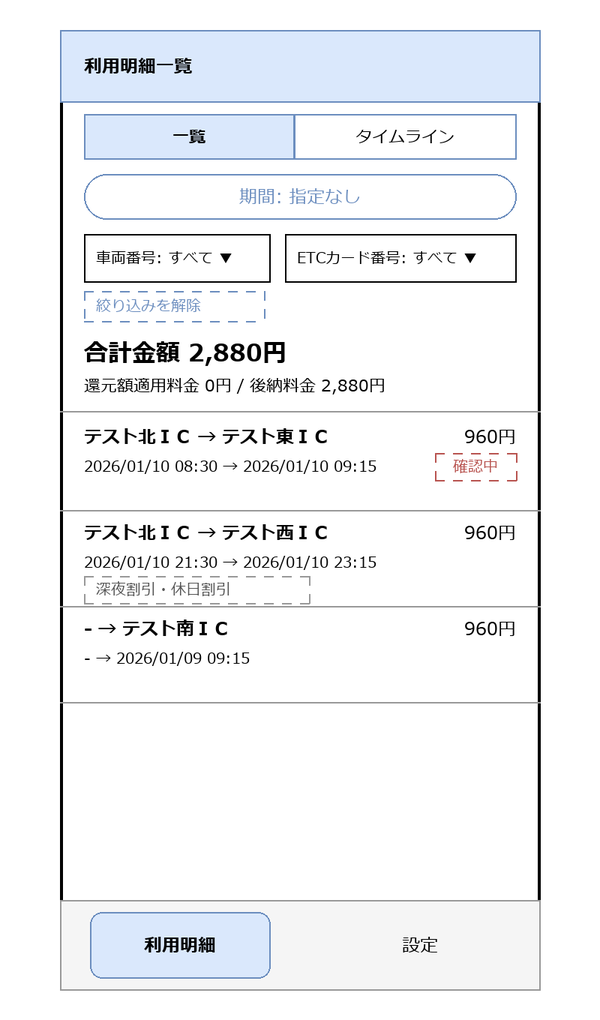
hnt1028/etc-meisai keeps this draw.io diagram as docs/systems/screens/images/SCR-002-statement-list.drawio.png. Above is the earlier version. Source tidied: cells renumbered, new cells last; positions are measured from the earlier drawing's top-left corner, leaving out a move shared by most shapes. Source of this version:
```xml
<mxGraphModel>
  <root>
    <mxCell id="0" />
    <mxCell id="1" parent="0" />
    <mxCell id="2" style="rounded=1;whiteSpace=wrap;html=1;arcSize=3;strokeWidth=2;" parent="1" vertex="1">
      <mxGeometry width="320" height="640" as="geometry" />
    </mxCell>
    <mxCell id="3" value="利用明細一覧" style="rounded=0;whiteSpace=wrap;html=1;align=left;spacingLeft=16;fontStyle=1;fillColor=#dae8fc;strokeColor=#6c8ebf;" parent="1" vertex="1">
      <mxGeometry width="320" height="48" as="geometry" />
    </mxCell>
    <mxCell id="4" value="一覧" style="rounded=0;whiteSpace=wrap;html=1;fontSize=11;fillColor=#dae8fc;strokeColor=#6c8ebf;fontStyle=1;" parent="1" vertex="1">
      <mxGeometry x="16" y="56" width="140" height="30" as="geometry" />
    </mxCell>
    <mxCell id="5" value="タイムライン" style="rounded=0;whiteSpace=wrap;html=1;fontSize=11;fillColor=none;strokeColor=#6c8ebf;" parent="1" vertex="1">
      <mxGeometry x="156" y="56" width="148" height="30" as="geometry" />
    </mxCell>
    <mxCell id="6" value="期間: 指定なし" style="rounded=1;whiteSpace=wrap;html=1;arcSize=50;fillColor=none;strokeColor=#6c8ebf;fontColor=#6c8ebf;" parent="1" vertex="1">
      <mxGeometry x="16" y="96" width="288" height="30" as="geometry" />
    </mxCell>
    <mxCell id="7" value="車両番号: すべて ▼" style="rounded=0;whiteSpace=wrap;html=1;align=left;spacingLeft=8;fontSize=10;fillColor=none;" parent="1" vertex="1">
      <mxGeometry x="16" y="136" width="124" height="32" as="geometry" />
    </mxCell>
    <mxCell id="8" value="ETCカード番号: すべて ▼" style="rounded=0;whiteSpace=wrap;html=1;align=left;spacingLeft=8;fontSize=10;fillColor=none;" parent="1" vertex="1">
      <mxGeometry x="150" y="136" width="154" height="32" as="geometry" />
    </mxCell>
    <mxCell id="9" value="絞り込みを解除" style="rounded=0;whiteSpace=wrap;html=1;align=left;spacingLeft=8;fontSize=10;fillColor=none;dashed=1;fontColor=#6c8ebf;strokeColor=#6c8ebf;" parent="1" vertex="1">
      <mxGeometry x="16" y="174" width="120" height="20" as="geometry" />
    </mxCell>
    <mxCell id="10" value="合計金額 2,880円" style="text;html=1;align=left;verticalAlign=middle;fontStyle=1;fontSize=16;" parent="1" vertex="1">
      <mxGeometry x="16" y="202" width="288" height="26" as="geometry" />
    </mxCell>
    <mxCell id="11" value="還元額適用料金 0円 / 後納料金 2,880円" style="text;html=1;align=left;verticalAlign=middle;fontSize=11;" parent="1" vertex="1">
      <mxGeometry x="16" y="228" width="288" height="18" as="geometry" />
    </mxCell>
    <mxCell id="12" style="endArrow=none;html=1;strokeColor=#999999;" parent="1" edge="1">
      <mxGeometry relative="1" as="geometry">
        <mxPoint y="254" as="sourcePoint" />
        <mxPoint x="320" y="254" as="targetPoint" />
      </mxGeometry>
    </mxCell>
    <mxCell id="13" value="テスト北ＩＣ → テスト東ＩＣ" style="text;html=1;align=left;verticalAlign=middle;fontStyle=1;fontSize=12;" parent="1" vertex="1">
      <mxGeometry x="16" y="260" width="220" height="22" as="geometry" />
    </mxCell>
    <mxCell id="14" value="2026/01/10 08:30 → 2026/01/10 09:15" style="text;html=1;align=left;verticalAlign=middle;fontSize=10;" parent="1" vertex="1">
      <mxGeometry x="16" y="282" width="230" height="18" as="geometry" />
    </mxCell>
    <mxCell id="15" value="960円" style="text;html=1;align=right;verticalAlign=middle;fontSize=12;" parent="1" vertex="1">
      <mxGeometry x="236" y="260" width="68" height="22" as="geometry" />
    </mxCell>
    <mxCell id="16" value="確認中" style="rounded=0;whiteSpace=wrap;html=1;fontSize=10;fontColor=#b85450;strokeColor=#b85450;dashed=1;fillColor=none;" parent="1" vertex="1">
      <mxGeometry x="250" y="282" width="54" height="18" as="geometry" />
    </mxCell>
    <mxCell id="17" style="endArrow=none;html=1;strokeColor=#999999;" parent="1" edge="1">
      <mxGeometry relative="1" as="geometry">
        <mxPoint y="320" as="sourcePoint" />
        <mxPoint x="320" y="320" as="targetPoint" />
      </mxGeometry>
    </mxCell>
    <mxCell id="18" value="テスト北ＩＣ → テスト西ＩＣ" style="text;html=1;align=left;verticalAlign=middle;fontStyle=1;fontSize=12;" parent="1" vertex="1">
      <mxGeometry x="16" y="324" width="220" height="22" as="geometry" />
    </mxCell>
    <mxCell id="19" value="2026/01/10 21:30 → 2026/01/10 23:15" style="text;html=1;align=left;verticalAlign=middle;fontSize=10;" parent="1" vertex="1">
      <mxGeometry x="16" y="346" width="230" height="18" as="geometry" />
    </mxCell>
    <mxCell id="20" value="960円" style="text;html=1;align=right;verticalAlign=middle;fontSize=12;" parent="1" vertex="1">
      <mxGeometry x="236" y="324" width="68" height="22" as="geometry" />
    </mxCell>
    <mxCell id="21" value="深夜割引・休日割引" style="rounded=0;whiteSpace=wrap;html=1;align=left;spacingLeft=8;fontSize=10;fillColor=none;dashed=1;fontColor=#555555;strokeColor=#999999;" parent="1" vertex="1">
      <mxGeometry x="16" y="364" width="150" height="18" as="geometry" />
    </mxCell>
    <mxCell id="22" style="endArrow=none;html=1;strokeColor=#999999;" parent="1" edge="1">
      <mxGeometry relative="1" as="geometry">
        <mxPoint y="384" as="sourcePoint" />
        <mxPoint x="320" y="384" as="targetPoint" />
      </mxGeometry>
    </mxCell>
    <mxCell id="23" value="- → テスト南ＩＣ" style="text;html=1;align=left;verticalAlign=middle;fontStyle=1;fontSize=12;" parent="1" vertex="1">
      <mxGeometry x="16" y="388" width="220" height="22" as="geometry" />
    </mxCell>
    <mxCell id="24" value="- → 2026/01/09 09:15" style="text;html=1;align=left;verticalAlign=middle;fontSize=10;" parent="1" vertex="1">
      <mxGeometry x="16" y="410" width="230" height="18" as="geometry" />
    </mxCell>
    <mxCell id="25" value="960円" style="text;html=1;align=right;verticalAlign=middle;fontSize=12;" parent="1" vertex="1">
      <mxGeometry x="236" y="388" width="68" height="22" as="geometry" />
    </mxCell>
    <mxCell id="26" style="endArrow=none;html=1;strokeColor=#999999;" parent="1" edge="1">
      <mxGeometry relative="1" as="geometry">
        <mxPoint y="448" as="sourcePoint" />
        <mxPoint x="320" y="448" as="targetPoint" />
      </mxGeometry>
    </mxCell>
    <mxCell id="27" style="rounded=0;whiteSpace=wrap;html=1;fillColor=#f5f5f5;strokeColor=#999999;" parent="1" vertex="1">
      <mxGeometry y="580" width="320" height="60" as="geometry" />
    </mxCell>
    <mxCell id="28" value="利用明細" style="rounded=1;whiteSpace=wrap;html=1;arcSize=40;fillColor=#dae8fc;strokeColor=#6c8ebf;fontStyle=1;" parent="1" vertex="1">
      <mxGeometry x="20" y="588" width="120" height="44" as="geometry" />
    </mxCell>
    <mxCell id="29" value="設定" style="rounded=1;whiteSpace=wrap;html=1;arcSize=40;fillColor=none;strokeColor=#f5f5f5;" parent="1" vertex="1">
      <mxGeometry x="180" y="588" width="120" height="44" as="geometry" />
    </mxCell>
  </root>
</mxGraphModel>
```
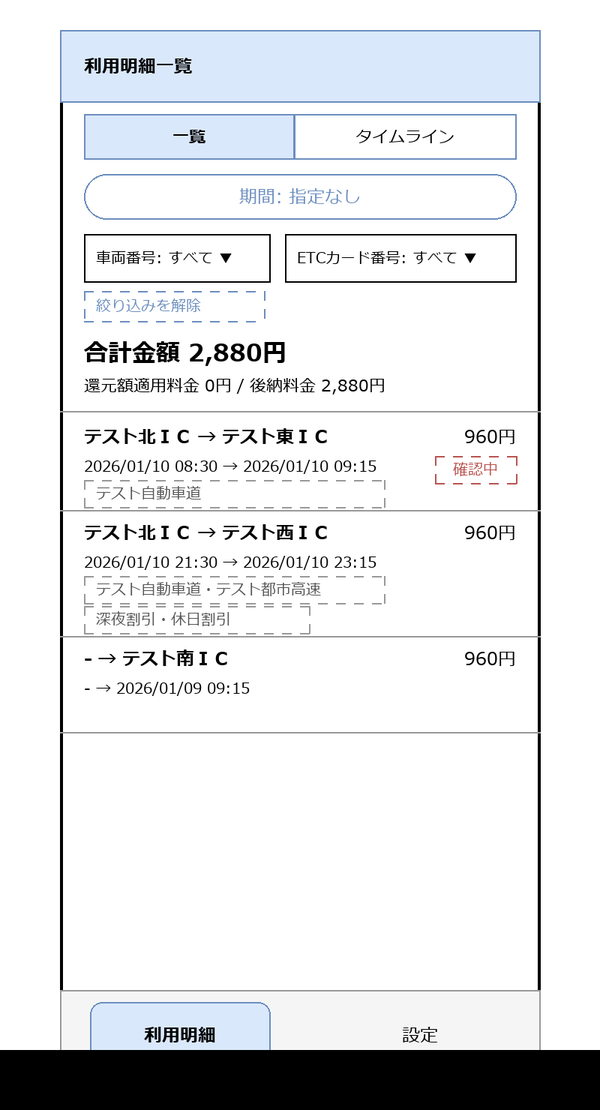
The same file after the commit.

The edit, as a diff of the source:
```diff
@@ -3,7 +3,7 @@
     <mxCell id="0" />
     <mxCell id="1" parent="0" />
     <mxCell id="2" style="rounded=1;whiteSpace=wrap;html=1;arcSize=3;strokeWidth=2;" parent="1" vertex="1">
-      <mxGeometry width="320" height="640" as="geometry" />
+      <mxGeometry width="320" height="700" as="geometry" />
     </mxCell>
     <mxCell id="3" value="利用明細一覧" style="rounded=0;whiteSpace=wrap;html=1;align=left;spacingLeft=16;fontStyle=1;fillColor=#dae8fc;strokeColor=#6c8ebf;" parent="1" vertex="1">
       <mxGeometry width="320" height="48" as="geometry" />
@@ -47,56 +47,62 @@
     <mxCell id="15" value="960円" style="text;html=1;align=right;verticalAlign=middle;fontSize=12;" parent="1" vertex="1">
       <mxGeometry x="236" y="260" width="68" height="22" as="geometry" />
     </mxCell>
-    <mxCell id="16" value="確認中" style="rounded=0;whiteSpace=wrap;html=1;fontSize=10;fontColor=#b85450;strokeColor=#b85450;dashed=1;fillColor=none;" parent="1" vertex="1">
-      <mxGeometry x="250" y="282" width="54" height="18" as="geometry" />
+    <mxCell id="16" value="テスト自動車道" style="rounded=0;whiteSpace=wrap;html=1;align=left;spacingLeft=8;fontSize=10;fillColor=none;dashed=1;fontColor=#555555;strokeColor=#999999;" parent="1" vertex="1">
+      <mxGeometry x="16" y="300" width="200" height="18" as="geometry" />
     </mxCell>
-    <mxCell id="17" style="endArrow=none;html=1;strokeColor=#999999;" parent="1" edge="1">
-      <mxGeometry relative="1" as="geometry">
-        <mxPoint y="320" as="sourcePoint" />
-        <mxPoint x="320" y="320" as="targetPoint" />
-      </mxGeometry>
+    <mxCell id="17" value="確認中" style="rounded=0;whiteSpace=wrap;html=1;fontSize=10;fontColor=#b85450;strokeColor=#b85450;dashed=1;fillColor=none;" parent="1" vertex="1">
+      <mxGeometry x="250" y="284" width="54" height="18" as="geometry" />
     </mxCell>
-    <mxCell id="18" value="テスト北ＩＣ → テスト西ＩＣ" style="text;html=1;align=left;verticalAlign=middle;fontStyle=1;fontSize=12;" parent="1" vertex="1">
-      <mxGeometry x="16" y="324" width="220" height="22" as="geometry" />
+    <mxCell id="18" style="endArrow=none;html=1;strokeColor=#999999;" parent="1" edge="1">
+      <mxGeometry relative="1" as="geometry">
+        <mxPoint y="320" as="sourcePoint" />
+        <mxPoint x="320" y="320" as="targetPoint" />
+      </mxGeometry>
     </mxCell>
-    <mxCell id="19" value="2026/01/10 21:30 → 2026/01/10 23:15" style="text;html=1;align=left;verticalAlign=middle;fontSize=10;" parent="1" vertex="1">
-      <mxGeometry x="16" y="346" width="230" height="18" as="geometry" />
+    <mxCell id="19" value="テスト北ＩＣ → テスト西ＩＣ" style="text;html=1;align=left;verticalAlign=middle;fontStyle=1;fontSize=12;" parent="1" vertex="1">
+      <mxGeometry x="16" y="324" width="220" height="22" as="geometry" />
     </mxCell>
-    <mxCell id="20" value="960円" style="text;html=1;align=right;verticalAlign=middle;fontSize=12;" parent="1" vertex="1">
-      <mxGeometry x="236" y="324" width="68" height="22" as="geometry" />
+    <mxCell id="20" value="2026/01/10 21:30 → 2026/01/10 23:15" style="text;html=1;align=left;verticalAlign=middle;fontSize=10;" parent="1" vertex="1">
+      <mxGeometry x="16" y="346" width="230" height="18" as="geometry" />
     </mxCell>
-    <mxCell id="21" value="深夜割引・休日割引" style="rounded=0;whiteSpace=wrap;html=1;align=left;spacingLeft=8;fontSize=10;fillColor=none;dashed=1;fontColor=#555555;strokeColor=#999999;" parent="1" vertex="1">
-      <mxGeometry x="16" y="364" width="150" height="18" as="geometry" />
+    <mxCell id="21" value="960円" style="text;html=1;align=right;verticalAlign=middle;fontSize=12;" parent="1" vertex="1">
+      <mxGeometry x="236" y="324" width="68" height="22" as="geometry" />
     </mxCell>
-    <mxCell id="22" style="endArrow=none;html=1;strokeColor=#999999;" parent="1" edge="1">
-      <mxGeometry relative="1" as="geometry">
-        <mxPoint y="384" as="sourcePoint" />
-        <mxPoint x="320" y="384" as="targetPoint" />
-      </mxGeometry>
+    <mxCell id="22" value="テスト自動車道・テスト都市高速" style="rounded=0;whiteSpace=wrap;html=1;align=left;spacingLeft=8;fontSize=10;fillColor=none;dashed=1;fontColor=#555555;strokeColor=#999999;" parent="1" vertex="1">
+      <mxGeometry x="16" y="364" width="200" height="18" as="geometry" />
     </mxCell>
-    <mxCell id="23" value="- → テスト南ＩＣ" style="text;html=1;align=left;verticalAlign=middle;fontStyle=1;fontSize=12;" parent="1" vertex="1">
-      <mxGeometry x="16" y="388" width="220" height="22" as="geometry" />
+    <mxCell id="23" value="深夜割引・休日割引" style="rounded=0;whiteSpace=wrap;html=1;align=left;spacingLeft=8;fontSize=10;fillColor=none;dashed=1;fontColor=#555555;strokeColor=#999999;" parent="1" vertex="1">
+      <mxGeometry x="16" y="384" width="150" height="18" as="geometry" />
     </mxCell>
-    <mxCell id="24" value="- → 2026/01/09 09:15" style="text;html=1;align=left;verticalAlign=middle;fontSize=10;" parent="1" vertex="1">
-      <mxGeometry x="16" y="410" width="230" height="18" as="geometry" />
+    <mxCell id="24" style="endArrow=none;html=1;strokeColor=#999999;" parent="1" edge="1">
+      <mxGeometry relative="1" as="geometry">
+        <mxPoint y="404" as="sourcePoint" />
+        <mxPoint x="320" y="404" as="targetPoint" />
+      </mxGeometry>
     </mxCell>
-    <mxCell id="25" value="960円" style="text;html=1;align=right;verticalAlign=middle;fontSize=12;" parent="1" vertex="1">
-      <mxGeometry x="236" y="388" width="68" height="22" as="geometry" />
+    <mxCell id="25" value="- → テスト南ＩＣ" style="text;html=1;align=left;verticalAlign=middle;fontStyle=1;fontSize=12;" parent="1" vertex="1">
+      <mxGeometry x="16" y="408" width="220" height="22" as="geometry" />
     </mxCell>
-    <mxCell id="26" style="endArrow=none;html=1;strokeColor=#999999;" parent="1" edge="1">
-      <mxGeometry relative="1" as="geometry">
-        <mxPoint y="448" as="sourcePoint" />
-        <mxPoint x="320" y="448" as="targetPoint" />
-      </mxGeometry>
+    <mxCell id="26" value="- → 2026/01/09 09:15" style="text;html=1;align=left;verticalAlign=middle;fontSize=10;" parent="1" vertex="1">
+      <mxGeometry x="16" y="430" width="230" height="18" as="geometry" />
     </mxCell>
-    <mxCell id="27" style="rounded=0;whiteSpace=wrap;html=1;fillColor=#f5f5f5;strokeColor=#999999;" parent="1" vertex="1">
-      <mxGeometry y="580" width="320" height="60" as="geometry" />
+    <mxCell id="27" value="960円" style="text;html=1;align=right;verticalAlign=middle;fontSize=12;" parent="1" vertex="1">
+      <mxGeometry x="236" y="408" width="68" height="22" as="geometry" />
     </mxCell>
-    <mxCell id="28" value="利用明細" style="rounded=1;whiteSpace=wrap;html=1;arcSize=40;fillColor=#dae8fc;strokeColor=#6c8ebf;fontStyle=1;" parent="1" vertex="1">
-      <mxGeometry x="20" y="588" width="120" height="44" as="geometry" />
+    <mxCell id="28" style="endArrow=none;html=1;strokeColor=#999999;" parent="1" edge="1">
+      <mxGeometry relative="1" as="geometry">
+        <mxPoint y="468" as="sourcePoint" />
+        <mxPoint x="320" y="468" as="targetPoint" />
+      </mxGeometry>
     </mxCell>
-    <mxCell id="29" value="設定" style="rounded=1;whiteSpace=wrap;html=1;arcSize=40;fillColor=none;strokeColor=#f5f5f5;" parent="1" vertex="1">
-      <mxGeometry x="180" y="588" width="120" height="44" as="geometry" />
+    <mxCell id="29" style="rounded=0;whiteSpace=wrap;html=1;fillColor=#f5f5f5;strokeColor=#999999;" parent="1" vertex="1">
+      <mxGeometry y="640" width="320" height="60" as="geometry" />
     </mxCell>
+    <mxCell id="30" value="利用明細" style="rounded=1;whiteSpace=wrap;html=1;arcSize=40;fillColor=#dae8fc;strokeColor=#6c8ebf;fontStyle=1;" parent="1" vertex="1">
+      <mxGeometry x="20" y="648" width="120" height="44" as="geometry" />
+    </mxCell>
+    <mxCell id="31" value="設定" style="rounded=1;whiteSpace=wrap;html=1;arcSize=40;fillColor=none;strokeColor=#f5f5f5;" parent="1" vertex="1">
+      <mxGeometry x="180" y="648" width="120" height="44" as="geometry" />
+    </mxCell>
   </root>
 </mxGraphModel>
```
